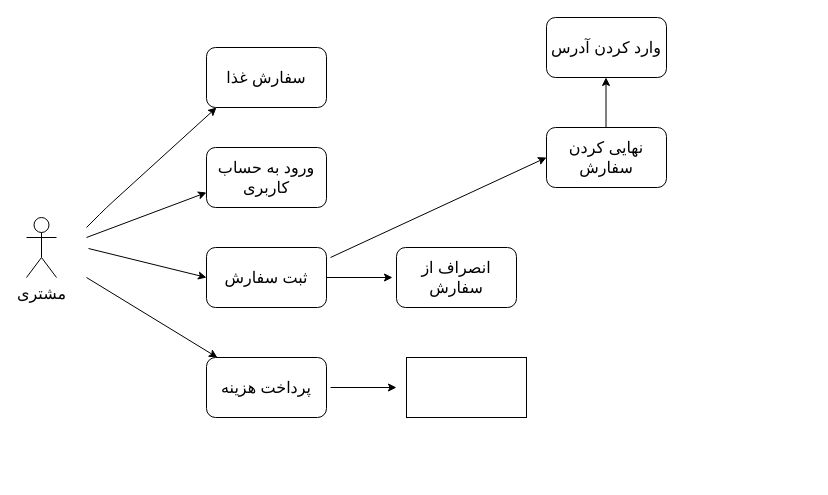
The draw.io diagram use-case-diagram-client.drawio in Saeed-hajizade/Software-Engineering-Project, before the edit. Source tidied: cells renumbered, new cells numbered last; positions are measured from the earlier drawing's top-left corner, leaving out a move shared by most shapes. Both pictures are drawn from the tidied source at 100%, with x=0, y=0 at pixel (26, 17).
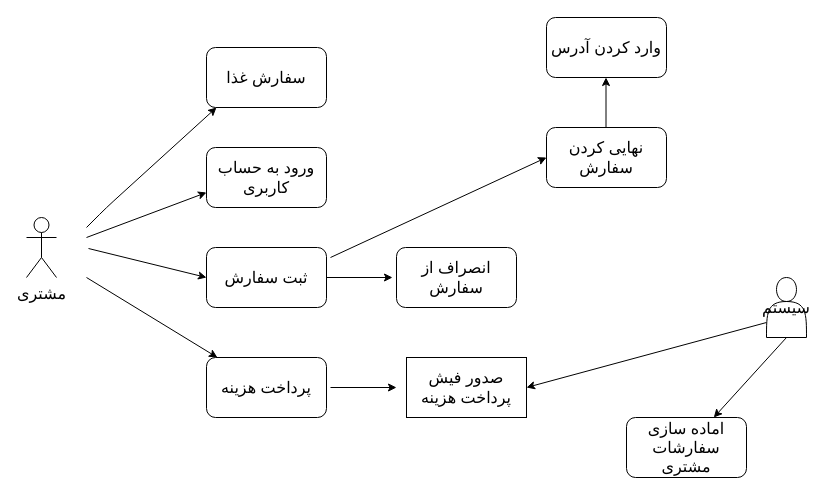
Above is the later version.

What changed in the source:
```diff
@@
-    <mxCell id="17" style="rounded=0;whiteSpace=wrap;html=1;" parent="1" vertex="1">
+    <mxCell id="17" value="صدور فیش پرداخت هزینه" style="rounded=0;whiteSpace=wrap;html=1;fontSize=16;" parent="1" vertex="1">
       <mxGeometry x="380" y="340" width="120" height="60" as="geometry" />
     </mxCell>
@@
+    <mxCell id="19" style="endArrow=classic;html=1;fontSize=16;entryX=1;entryY=0.5;entryDx=0;entryDy=0;entryPerimeter=0;exitX=0;exitY=0.75;exitDx=0;exitDy=0;" parent="1" edge="1" source="20" target="17">
+      <mxGeometry relative="1" as="geometry" />
+    </mxCell>
+    <mxCell id="20" value="سیستم" style="shape=actor;whiteSpace=wrap;html=1;fontSize=16;" parent="1" vertex="1">
+      <mxGeometry x="740" y="260" width="40" height="60" as="geometry" />
+    </mxCell>
+    <mxCell id="21" style="endArrow=classic;html=1;fontSize=16;" parent="1" edge="1" target="22">
+      <mxGeometry relative="1" as="geometry">
+        <mxPoint x="760" y="320" as="sourcePoint" />
+      </mxGeometry>
+    </mxCell>
+    <mxCell id="22" value="اماده سازی سفارشات مشتری" style="rounded=1;whiteSpace=wrap;html=1;fontSize=16;" parent="1" vertex="1">
+      <mxGeometry x="600" y="400" width="120" height="60" as="geometry" />
+    </mxCell>
```
